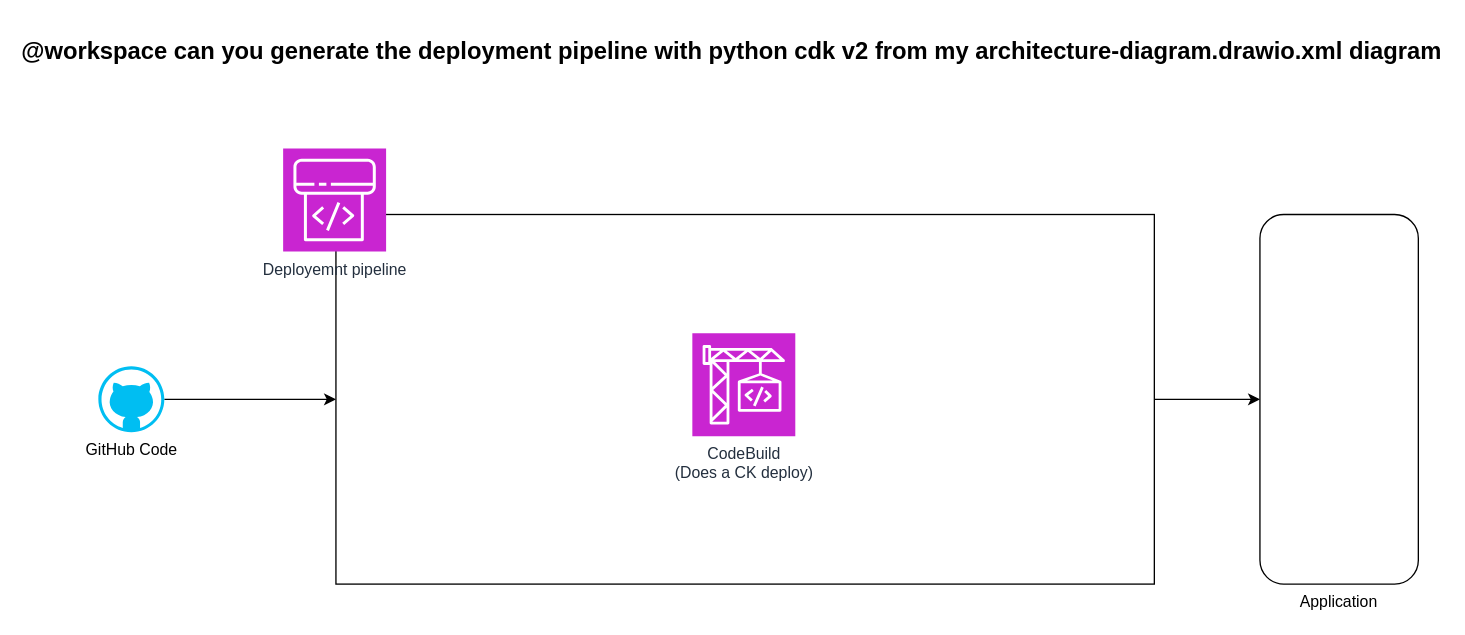
welcloud-io/wio-from-diagram-to-code-with-amazon-q-developer keeps this draw.io diagram as tutorials-starting-points/deployment-pipeline/pipeline.drawio.xml. Above is the earlier version. Source tidied: cells renumbered, new cells numbered last; positions are measured from the earlier drawing's top-left corner, leaving out a move shared by most shapes. Both pictures are drawn from the tidied source at 132%, with x=0, y=0 at pixel (58, 22).
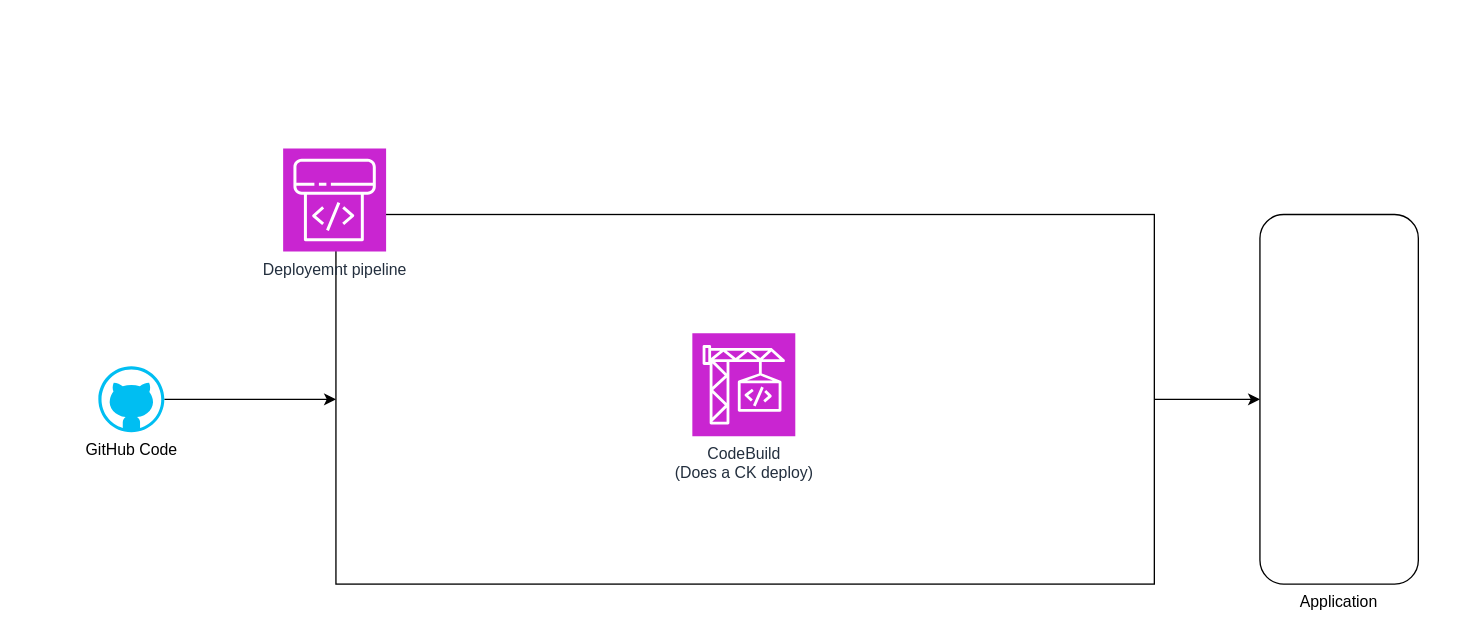
The same diagram, later.

Diff of the diagram source:
```diff
@@
 <mxGraphModel>
   <root>
     <mxCell id="0" />
     <mxCell id="1" parent="0" />
     <mxCell id="2" style="edgeStyle=none;html=1;" parent="1" edge="1" source="3" target="4">
       <mxGeometry relative="1" as="geometry" />
     </mxCell>
     <mxCell id="3" style="rounded=0;whiteSpace=wrap;html=1;fillColor=none;" parent="1" vertex="1">
       <mxGeometry x="210" y="145" width="620" height="280" as="geometry" />
     </mxCell>
     <mxCell id="4" value="Application" style="rounded=1;whiteSpace=wrap;html=1;labelPosition=center;verticalLabelPosition=bottom;align=center;verticalAlign=top;" parent="1" vertex="1">
       <mxGeometry x="910" y="145" width="120" height="280" as="geometry" />
     </mxCell>
     <mxCell id="5" value="Deployemnt pipeline" style="sketch=0;fontColor=#232F3E;fillColor=#C925D1;strokeColor=#ffffff;dashed=0;verticalLabelPosition=bottom;verticalAlign=top;align=center;html=1;fontSize=12;fontStyle=0;shape=mxgraph.aws4.resourceIcon;resIcon=mxgraph.aws4.codepipeline;" parent="1" vertex="1">
       <mxGeometry x="170" y="95" width="78" height="78" as="geometry" />
     </mxCell>
     <mxCell id="6" value="CodeBuild&lt;div&gt;(Does a CK deploy)&lt;/div&gt;" style="sketch=0;fontColor=#232F3E;fillColor=#C925D1;strokeColor=#ffffff;dashed=0;verticalLabelPosition=bottom;verticalAlign=top;align=center;html=1;fontSize=12;fontStyle=0;shape=mxgraph.aws4.resourceIcon;resIcon=mxgraph.aws4.codebuild;" parent="1" vertex="1">
       <mxGeometry x="480" y="235" width="78" height="78" as="geometry" />
     </mxCell>
     <mxCell id="7" style="edgeStyle=none;html=1;entryX=0;entryY=0.5;entryDx=0;entryDy=0;" parent="1" edge="1" source="8" target="3">
       <mxGeometry relative="1" as="geometry" />
     </mxCell>
     <mxCell id="8" value="GitHub Code" style="verticalLabelPosition=bottom;html=1;verticalAlign=top;align=center;strokeColor=none;fillColor=#00BEF2;shape=mxgraph.azure.github_code;" parent="1" vertex="1">
       <mxGeometry x="30" y="260" width="50" height="50" as="geometry" />
     </mxCell>
-    <mxCell id="9" value="@workspace can you generate the deployment pipeline with python cdk v2 from my architecture-diagram.drawio.xml diagram" style="text;align=center;verticalAlign=middle;strokeColor=none;fillColor=none;fontStyle=1;fontSize=18;" parent="1" vertex="1">
-      <mxGeometry width="1020" height="40" as="geometry" />
-    </mxCell>
   </root>
 </mxGraphModel>
```
